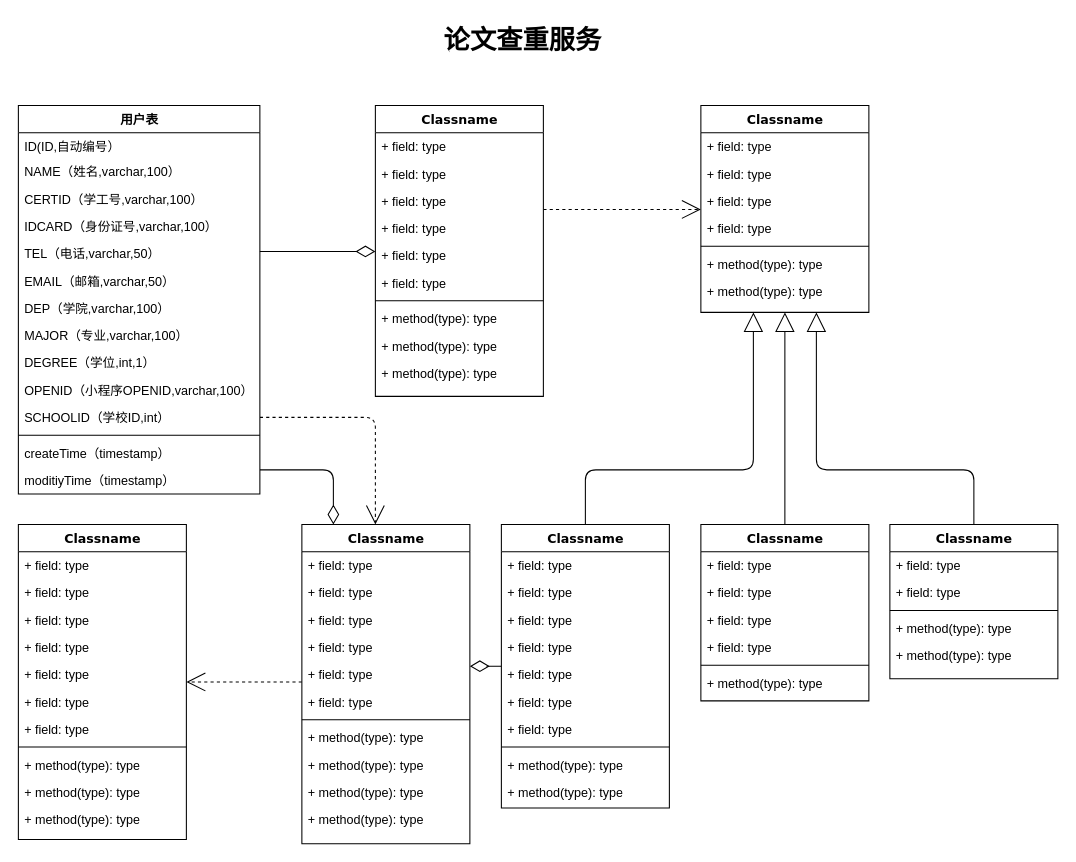
Earlier version of the draw.io diagram 论文查重服务.drawio (yisqiu/SimpleMap-wx). Source tidied: cells renumbered, new cells numbered last; positions are measured from the earlier drawing's top-left corner, leaving out a move shared by most shapes. Both pictures are drawn from the tidied source at 105%, with x=0, y=0 at pixel (18, 18).
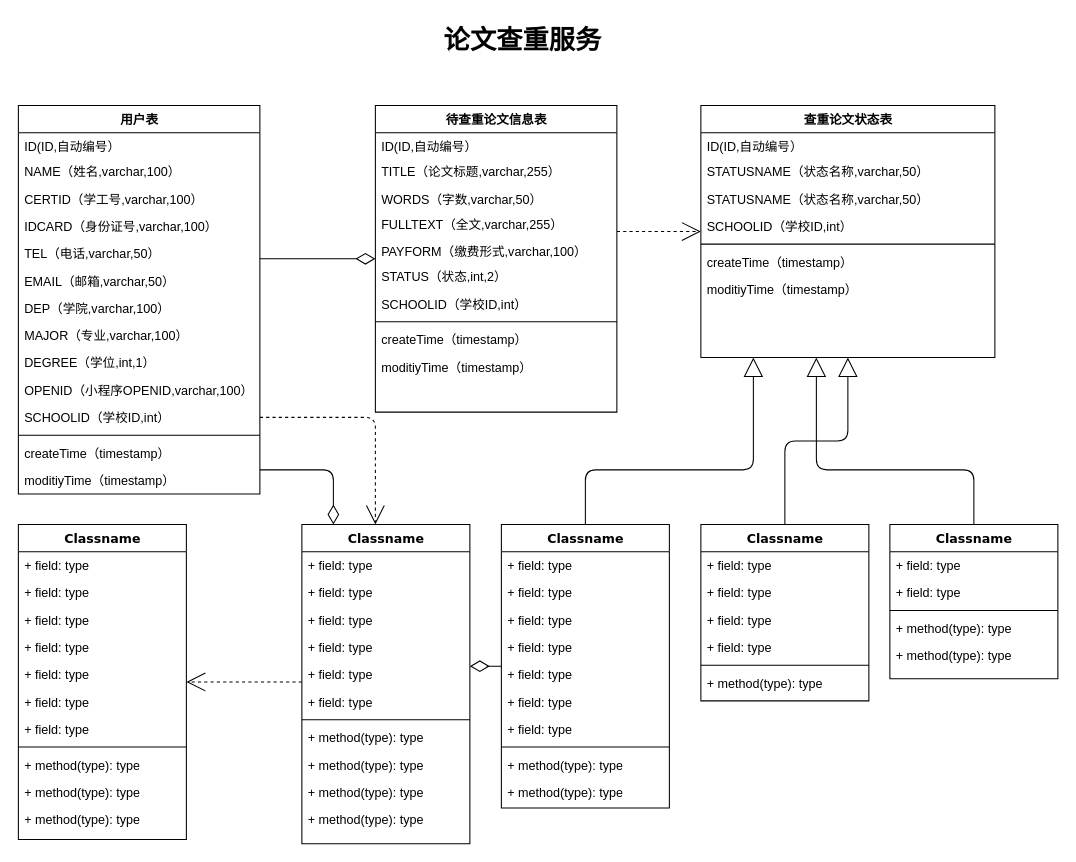
The same page after the edit.

Commit message:
更新论文查重服务.drawio

The edit, as a diff of the source:
```diff
@@
-    <mxCell id="20" value="Classname" style="swimlane;html=1;fontStyle=1;align=center;verticalAlign=top;horizontal=1;startSize=26;swimlaneFillColor=#ffffff;rounded=0;shadow=0;comic=0;labelBackgroundColor=none;strokeWidth=1;fillColor=none;fontFamily=Verdana;fontSize=12;" parent="1" vertex="1">
-      <mxGeometry x="340" y="83" width="160" height="277" as="geometry" />
+    <mxCell id="20" value="待查重论文信息表" style="swimlane;html=1;fontStyle=1;align=center;verticalAlign=top;horizontal=1;startSize=26;swimlaneFillColor=#ffffff;rounded=0;shadow=0;comic=0;labelBackgroundColor=none;strokeWidth=1;fillColor=none;fontFamily=Verdana;fontSize=12;" parent="1" vertex="1">
+      <mxGeometry x="340" y="83" width="230" height="292" as="geometry" />
     </mxCell>
+    <mxCell id="94" value="ID(ID,自动编号）" style="text;html=1;strokeColor=none;fillColor=none;align=left;verticalAlign=top;spacingLeft=4;spacingRight=4;whiteSpace=wrap;overflow=hidden;" parent="20" vertex="1">
+      <mxGeometry y="26" width="230" height="24" as="geometry" />
+    </mxCell>
-    <mxCell id="21" value="+ field: type" style="text;html=1;strokeColor=none;fillColor=none;align=left;verticalAlign=top;spacingLeft=4;spacingRight=4;whiteSpace=wrap;overflow=hidden;" parent="20" vertex="1">
-      <mxGeometry y="26" width="160" height="26" as="geometry" />
+    <mxCell id="21" value="TITLE（论文标题,varchar,255）" style="text;html=1;strokeColor=none;fillColor=none;align=left;verticalAlign=top;spacingLeft=4;spacingRight=4;whiteSpace=wrap;overflow=hidden;" parent="20" vertex="1">
+      <mxGeometry y="50" width="230" height="26" as="geometry" />
     </mxCell>
-    <mxCell id="22" value="+ field: type" style="text;html=1;strokeColor=none;fillColor=none;align=left;verticalAlign=top;spacingLeft=4;spacingRight=4;whiteSpace=wrap;overflow=hidden;" parent="20" vertex="1">
-      <mxGeometry y="52" width="160" height="26" as="geometry" />
+    <mxCell id="22" value="WORDS（字数,varchar,50）" style="text;html=1;strokeColor=none;fillColor=none;align=left;verticalAlign=top;spacingLeft=4;spacingRight=4;whiteSpace=wrap;overflow=hidden;" parent="20" vertex="1">
+      <mxGeometry y="76" width="230" height="24" as="geometry" />
     </mxCell>
-    <mxCell id="23" value="+ field: type" style="text;html=1;strokeColor=none;fillColor=none;align=left;verticalAlign=top;spacingLeft=4;spacingRight=4;whiteSpace=wrap;overflow=hidden;" parent="20" vertex="1">
-      <mxGeometry y="78" width="160" height="26" as="geometry" />
+    <mxCell id="23" value="FULLTEXT（全文,varchar,255）" style="text;html=1;strokeColor=none;fillColor=none;align=left;verticalAlign=top;spacingLeft=4;spacingRight=4;whiteSpace=wrap;overflow=hidden;" parent="20" vertex="1">
+      <mxGeometry y="100" width="230" height="26" as="geometry" />
     </mxCell>
-    <mxCell id="24" value="+ field: type" style="text;html=1;strokeColor=none;fillColor=none;align=left;verticalAlign=top;spacingLeft=4;spacingRight=4;whiteSpace=wrap;overflow=hidden;" parent="20" vertex="1">
-      <mxGeometry y="104" width="160" height="26" as="geometry" />
-    </mxCell>
-    <mxCell id="25" value="+ field: type" style="text;html=1;strokeColor=none;fillColor=none;align=left;verticalAlign=top;spacingLeft=4;spacingRight=4;whiteSpace=wrap;overflow=hidden;" parent="20" vertex="1">
-      <mxGeometry y="130" width="160" height="26" as="geometry" />
+    <mxCell id="25" value="PAYFORM（缴费形式,varchar,100）" style="text;html=1;strokeColor=none;fillColor=none;align=left;verticalAlign=top;spacingLeft=4;spacingRight=4;whiteSpace=wrap;overflow=hidden;" parent="20" vertex="1">
+      <mxGeometry y="126" width="230" height="24" as="geometry" />
     </mxCell>
-    <mxCell id="26" value="+ field: type" style="text;html=1;strokeColor=none;fillColor=none;align=left;verticalAlign=top;spacingLeft=4;spacingRight=4;whiteSpace=wrap;overflow=hidden;" parent="20" vertex="1">
-      <mxGeometry y="156" width="160" height="26" as="geometry" />
+    <mxCell id="26" value="STATUS（状态,int,2）" style="text;html=1;strokeColor=none;fillColor=none;align=left;verticalAlign=top;spacingLeft=4;spacingRight=4;whiteSpace=wrap;overflow=hidden;" parent="20" vertex="1">
+      <mxGeometry y="150" width="230" height="26" as="geometry" />
     </mxCell>
+    <mxCell id="95" value="SCHOOLID（学校ID,int）" style="text;html=1;strokeColor=none;fillColor=none;align=left;verticalAlign=top;spacingLeft=4;spacingRight=4;whiteSpace=wrap;overflow=hidden;" parent="20" vertex="1">
+      <mxGeometry y="176" width="230" height="26" as="geometry" />
+    </mxCell>
     <mxCell id="27" style="line;html=1;strokeWidth=1;fillColor=none;align=left;verticalAlign=middle;spacingTop=-1;spacingLeft=3;spacingRight=3;labelPosition=right;" parent="20" vertex="1">
-      <mxGeometry y="182" width="160" height="8" as="geometry" />
+      <mxGeometry y="202" width="230" height="8" as="geometry" />
     </mxCell>
-    <mxCell id="28" value="+ method(type): type" style="text;html=1;strokeColor=none;fillColor=none;align=left;verticalAlign=top;spacingLeft=4;spacingRight=4;whiteSpace=wrap;overflow=hidden;" parent="20" vertex="1">
-      <mxGeometry y="190" width="160" height="26" as="geometry" />
-    </mxCell>
-    <mxCell id="29" value="+ method(type): type" style="text;html=1;strokeColor=none;fillColor=none;align=left;verticalAlign=top;spacingLeft=4;spacingRight=4;whiteSpace=wrap;overflow=hidden;" parent="20" vertex="1">
-      <mxGeometry y="216" width="160" height="26" as="geometry" />
-    </mxCell>
-    <mxCell id="30" value="+ method(type): type" style="text;html=1;strokeColor=none;fillColor=none;align=left;verticalAlign=top;spacingLeft=4;spacingRight=4;whiteSpace=wrap;overflow=hidden;" parent="20" vertex="1">
-      <mxGeometry y="242" width="160" height="26" as="geometry" />
-    </mxCell>
+    <mxCell id="96" value="createTime（timestamp）" style="text;html=1;strokeColor=none;fillColor=none;align=left;verticalAlign=top;spacingLeft=4;spacingRight=4;whiteSpace=wrap;overflow=hidden;" parent="20" vertex="1">
+      <mxGeometry y="210" width="230" height="26" as="geometry" />
+    </mxCell>
+    <mxCell id="97" value="moditiyTime（timestamp）" style="text;html=1;strokeColor=none;fillColor=none;align=left;verticalAlign=top;spacingLeft=4;spacingRight=4;whiteSpace=wrap;overflow=hidden;" parent="20" vertex="1">
+      <mxGeometry y="236" width="230" height="26" as="geometry" />
+    </mxCell>
-    <mxCell id="31" value="Classname" style="swimlane;html=1;fontStyle=1;align=center;verticalAlign=top;horizontal=1;startSize=26;swimlaneFillColor=#ffffff;rounded=0;shadow=0;comic=0;labelBackgroundColor=none;strokeWidth=1;fillColor=none;fontFamily=Verdana;fontSize=12;" parent="1" vertex="1">
-      <mxGeometry x="650" y="83" width="160" height="197" as="geometry" />
+    <mxCell id="31" value="查重论文状态表" style="swimlane;html=1;fontStyle=1;align=center;verticalAlign=top;horizontal=1;startSize=26;swimlaneFillColor=#ffffff;rounded=0;shadow=0;comic=0;labelBackgroundColor=none;strokeWidth=1;fillColor=none;fontFamily=Verdana;fontSize=12;" parent="1" vertex="1">
+      <mxGeometry x="650" y="83" width="280" height="240" as="geometry" />
     </mxCell>
+    <mxCell id="98" value="ID(ID,自动编号）" style="text;html=1;strokeColor=none;fillColor=none;align=left;verticalAlign=top;spacingLeft=4;spacingRight=4;whiteSpace=wrap;overflow=hidden;" parent="31" vertex="1">
+      <mxGeometry y="26" width="280" height="24" as="geometry" />
+    </mxCell>
-    <mxCell id="32" value="+ field: type" style="text;html=1;strokeColor=none;fillColor=none;align=left;verticalAlign=top;spacingLeft=4;spacingRight=4;whiteSpace=wrap;overflow=hidden;" parent="31" vertex="1">
-      <mxGeometry y="26" width="160" height="26" as="geometry" />
+    <mxCell id="32" value="STATUSNAME（状态名称,varchar,50）" style="text;html=1;strokeColor=none;fillColor=none;align=left;verticalAlign=top;spacingLeft=4;spacingRight=4;whiteSpace=wrap;overflow=hidden;" parent="31" vertex="1">
+      <mxGeometry y="50" width="280" height="26" as="geometry" />
     </mxCell>
-    <mxCell id="33" value="+ field: type" style="text;html=1;strokeColor=none;fillColor=none;align=left;verticalAlign=top;spacingLeft=4;spacingRight=4;whiteSpace=wrap;overflow=hidden;" parent="31" vertex="1">
-      <mxGeometry y="52" width="160" height="26" as="geometry" />
+    <mxCell id="33" value="STATUSNAME（状态名称,varchar,50）" style="text;html=1;strokeColor=none;fillColor=none;align=left;verticalAlign=top;spacingLeft=4;spacingRight=4;whiteSpace=wrap;overflow=hidden;" parent="31" vertex="1">
+      <mxGeometry y="76" width="280" height="26" as="geometry" />
     </mxCell>
-    <mxCell id="34" value="+ field: type" style="text;html=1;strokeColor=none;fillColor=none;align=left;verticalAlign=top;spacingLeft=4;spacingRight=4;whiteSpace=wrap;overflow=hidden;" parent="31" vertex="1">
-      <mxGeometry y="78" width="160" height="26" as="geometry" />
-    </mxCell>
-    <mxCell id="35" value="+ field: type" style="text;html=1;strokeColor=none;fillColor=none;align=left;verticalAlign=top;spacingLeft=4;spacingRight=4;whiteSpace=wrap;overflow=hidden;" parent="31" vertex="1">
-      <mxGeometry y="104" width="160" height="26" as="geometry" />
-    </mxCell>
+    <mxCell id="99" value="SCHOOLID（学校ID,int）" style="text;html=1;strokeColor=none;fillColor=none;align=left;verticalAlign=top;spacingLeft=4;spacingRight=4;whiteSpace=wrap;overflow=hidden;" parent="31" vertex="1">
+      <mxGeometry y="102" width="280" height="26" as="geometry" />
+    </mxCell>
     <mxCell id="36" style="line;html=1;strokeWidth=1;fillColor=none;align=left;verticalAlign=middle;spacingTop=-1;spacingLeft=3;spacingRight=3;labelPosition=right;" parent="31" vertex="1">
-      <mxGeometry y="130" width="160" height="8" as="geometry" />
+      <mxGeometry y="128" width="280" height="8" as="geometry" />
     </mxCell>
-    <mxCell id="37" value="+ method(type): type" style="text;html=1;strokeColor=none;fillColor=none;align=left;verticalAlign=top;spacingLeft=4;spacingRight=4;whiteSpace=wrap;overflow=hidden;" parent="31" vertex="1">
-      <mxGeometry y="138" width="160" height="26" as="geometry" />
-    </mxCell>
-    <mxCell id="38" value="+ method(type): type" style="text;html=1;strokeColor=none;fillColor=none;align=left;verticalAlign=top;spacingLeft=4;spacingRight=4;whiteSpace=wrap;overflow=hidden;" parent="31" vertex="1">
-      <mxGeometry y="164" width="160" height="26" as="geometry" />
-    </mxCell>
+    <mxCell id="100" value="createTime（timestamp）" style="text;html=1;strokeColor=none;fillColor=none;align=left;verticalAlign=top;spacingLeft=4;spacingRight=4;whiteSpace=wrap;overflow=hidden;" parent="31" vertex="1">
+      <mxGeometry y="136" width="280" height="26" as="geometry" />
+    </mxCell>
+    <mxCell id="101" value="moditiyTime（timestamp）" style="text;html=1;strokeColor=none;fillColor=none;align=left;verticalAlign=top;spacingLeft=4;spacingRight=4;whiteSpace=wrap;overflow=hidden;" parent="31" vertex="1">
+      <mxGeometry y="162" width="280" height="26" as="geometry" />
+    </mxCell>
```
